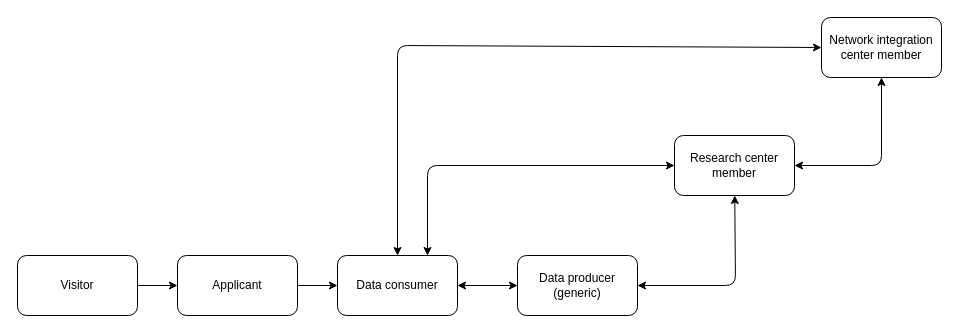
Before: user lifecycle.drawio in eurhisfirm/process-models, a draw.io diagram. Source tidied: cells renumbered, new cells numbered last; positions are measured from the earlier drawing's top-left corner, leaving out a move shared by most shapes. Both pictures are drawn from the tidied source at 100%, with x=0, y=0 at pixel (17, 17).
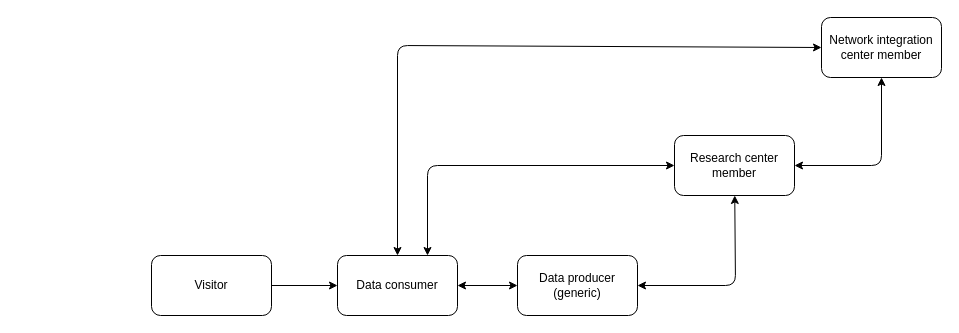
The same diagram, later.

The change refers to these unchanged cells:
```xml
<mxCell id="4" value="Data consumer" style="rounded=1;whiteSpace=wrap;html=1;" parent="1" vertex="1">
  <mxGeometry x="320" y="238" width="120" height="60" as="geometry" />
</mxCell>
```

Diff of the diagram source:
```diff
@@
     <mxCell id="2" value="Visitor" style="rounded=1;whiteSpace=wrap;html=1;" parent="1" vertex="1">
-      <mxGeometry y="238" width="120" height="60" as="geometry" />
+      <mxGeometry x="134" y="238" width="120" height="60" as="geometry" />
     </mxCell>
-    <mxCell id="3" value="Applicant" style="rounded=1;whiteSpace=wrap;html=1;" parent="1" vertex="1">
-      <mxGeometry x="160" y="238" width="120" height="60" as="geometry" />
-    </mxCell>
@@
-    <mxCell id="8" style="endArrow=classic;html=1;exitX=1;exitY=0.5;exitDx=0;exitDy=0;" parent="1" edge="1" source="3" target="4">
-      <mxGeometry relative="1" as="geometry" />
-    </mxCell>
-    <mxCell id="9" style="endArrow=classic;html=1;exitX=1;exitY=0.5;exitDx=0;exitDy=0;" parent="1" edge="1" source="2" target="3">
+    <mxCell id="9" style="endArrow=classic;html=1;exitX=1;exitY=0.5;exitDx=0;exitDy=0;" parent="1" edge="1" source="2" target="4">
       <mxGeometry relative="1" as="geometry" />
     </mxCell>
```
